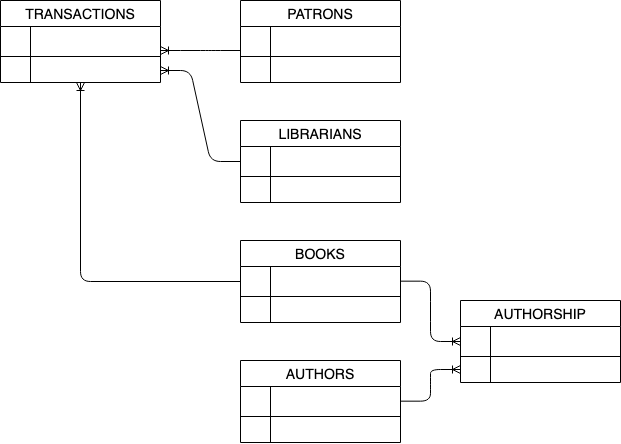
Above: localimages/er4_2.png in jkropko/DS-6001 (draw.io), before the change. Source tidied: cells renumbered, new cells last; positions are measured from the earlier drawing's top-left corner, leaving out a move shared by most shapes.
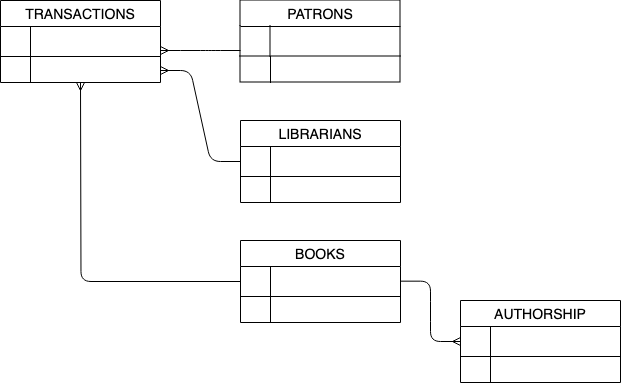
The same file after the commit.

What changed in the source:
```diff
@@ -17,7 +17,7 @@
     <mxCell id="6" style="shape=partialRectangle;top=0;left=0;bottom=0;fillColor=none;align=left;verticalAlign=top;spacingLeft=4;spacingRight=4;overflow=hidden;fontSize=12;" parent="5" vertex="1">
       <mxGeometry width="30" height="26" as="geometry" />
     </mxCell>
-    <mxCell id="7" style="edgeStyle=entityRelationEdgeStyle;fontSize=12;html=1;endArrow=none;entryX=0;entryY=0.8;entryDx=0;entryDy=0;entryPerimeter=0;exitX=0;exitY=0.8;exitDx=0;exitDy=0;exitPerimeter=0;startArrow=ERoneToMany;startFill=0;endFill=0;" parent="2" edge="1" target="3">
+    <mxCell id="7" style="edgeStyle=entityRelationEdgeStyle;fontSize=12;html=1;endArrow=none;entryX=0;entryY=0.8;entryDx=0;entryDy=0;entryPerimeter=0;exitX=0;exitY=0.8;exitDx=0;exitDy=0;exitPerimeter=0;startArrow=ERmany;startFill=0;endFill=0;" parent="2" edge="1" target="3">
       <mxGeometry relative="1" as="geometry">
         <mxPoint x="-80" y="50" as="sourcePoint" />
       </mxGeometry>
@@ -67,36 +67,21 @@
     <mxCell id="22" style="shape=partialRectangle;top=0;left=0;bottom=0;fillColor=none;align=left;verticalAlign=top;spacingLeft=4;spacingRight=4;overflow=hidden;fontSize=12;" parent="21" vertex="1">
       <mxGeometry width="30" height="26" as="geometry" />
     </mxCell>
-    <mxCell id="23" style="edgeStyle=orthogonalEdgeStyle;fontSize=12;html=1;endArrow=none;entryX=0;entryY=0.5;entryDx=0;entryDy=0;exitX=0;exitY=0.5;exitDx=0;exitDy=0;startArrow=ERoneToMany;startFill=0;endFill=0;" parent="18" edge="1" target="19">
+    <mxCell id="23" style="edgeStyle=orthogonalEdgeStyle;fontSize=12;html=1;endArrow=none;entryX=0;entryY=0.5;entryDx=0;entryDy=0;exitX=0;exitY=0.5;exitDx=0;exitDy=0;startArrow=ERmany;startFill=0;endFill=0;" parent="18" edge="1" target="19">
       <mxGeometry relative="1" as="geometry">
         <mxPoint x="-160" y="-158" as="sourcePoint" />
       </mxGeometry>
     </mxCell>
-    <mxCell id="24" style="edgeStyle=entityRelationEdgeStyle;fontSize=12;html=1;endArrow=none;entryX=0;entryY=0.5;entryDx=0;entryDy=0;startArrow=ERoneToMany;startFill=0;endFill=0;" parent="1" edge="1" target="14">
+    <mxCell id="24" style="edgeStyle=entityRelationEdgeStyle;fontSize=12;html=1;endArrow=none;entryX=0;entryY=0.5;entryDx=0;entryDy=0;startArrow=ERmany;startFill=0;endFill=0;" parent="1" edge="1" target="14">
       <mxGeometry relative="1" as="geometry">
         <mxPoint x="160" y="70" as="sourcePoint" />
       </mxGeometry>
     </mxCell>
-    <mxCell id="25" style="edgeStyle=entityRelationEdgeStyle;fontSize=12;html=1;endArrow=ERoneToMany;entryX=0;entryY=0.5;entryDx=0;entryDy=0;" parent="1" edge="1" target="32">
+    <mxCell id="25" style="edgeStyle=entityRelationEdgeStyle;fontSize=12;html=1;endArrow=ERmany;entryX=0;entryY=0.5;entryDx=0;entryDy=0;endFill=0;" parent="1" edge="1" target="32">
       <mxGeometry relative="1" as="geometry">
         <mxPoint x="400" y="280.7" as="sourcePoint" />
       </mxGeometry>
     </mxCell>
-    <mxCell id="26" value="AUTHORS" style="swimlane;fontStyle=0;horizontal=1;startSize=26;align=center;fontSize=14;fillColor=none;" parent="1" vertex="1">
-      <mxGeometry x="240" y="360" width="160" height="82" as="geometry" />
-    </mxCell>
-    <mxCell id="27" style="shape=partialRectangle;top=0;left=0;right=0;bottom=1;align=left;verticalAlign=middle;fillColor=none;spacingLeft=34;spacingRight=4;overflow=hidden;fontStyle=5;fontSize=12;" parent="26" vertex="1">
-      <mxGeometry y="26" width="160" height="30" as="geometry" />
-    </mxCell>
-    <mxCell id="28" style="shape=partialRectangle;top=0;left=0;bottom=0;fillColor=none;align=left;verticalAlign=middle;spacingLeft=4;spacingRight=4;overflow=hidden;fontSize=12;" parent="27" vertex="1">
-      <mxGeometry width="30" height="30" as="geometry" />
-    </mxCell>
-    <mxCell id="29" style="shape=partialRectangle;top=0;left=0;right=0;bottom=0;align=left;verticalAlign=top;fillColor=none;spacingLeft=34;spacingRight=4;overflow=hidden;fontSize=12;" parent="26" vertex="1">
-      <mxGeometry y="56" width="160" height="26" as="geometry" />
-    </mxCell>
-    <mxCell id="30" style="shape=partialRectangle;top=0;left=0;bottom=0;fillColor=none;align=left;verticalAlign=top;spacingLeft=4;spacingRight=4;overflow=hidden;fontSize=12;" parent="29" vertex="1">
-      <mxGeometry width="30" height="26" as="geometry" />
-    </mxCell>
     <mxCell id="31" value="AUTHORSHIP" style="swimlane;fontStyle=0;horizontal=1;startSize=26;align=center;fontSize=14;fillColor=none;" parent="1" vertex="1">
       <mxGeometry x="460" y="300" width="160" height="82" as="geometry" />
     </mxCell>
@@ -112,10 +97,5 @@
     <mxCell id="35" style="shape=partialRectangle;top=0;left=0;bottom=0;fillColor=none;align=left;verticalAlign=top;spacingLeft=4;spacingRight=4;overflow=hidden;fontSize=12;" parent="34" vertex="1">
       <mxGeometry width="30" height="26" as="geometry" />
     </mxCell>
-    <mxCell id="36" style="edgeStyle=entityRelationEdgeStyle;fontSize=12;html=1;endArrow=ERoneToMany;entryX=0;entryY=0.5;entryDx=0;entryDy=0;" parent="1" edge="1" target="34">
-      <mxGeometry relative="1" as="geometry">
-        <mxPoint x="400" y="400.7" as="sourcePoint" />
-      </mxGeometry>
-    </mxCell>
   </root>
 </mxGraphModel>
```
